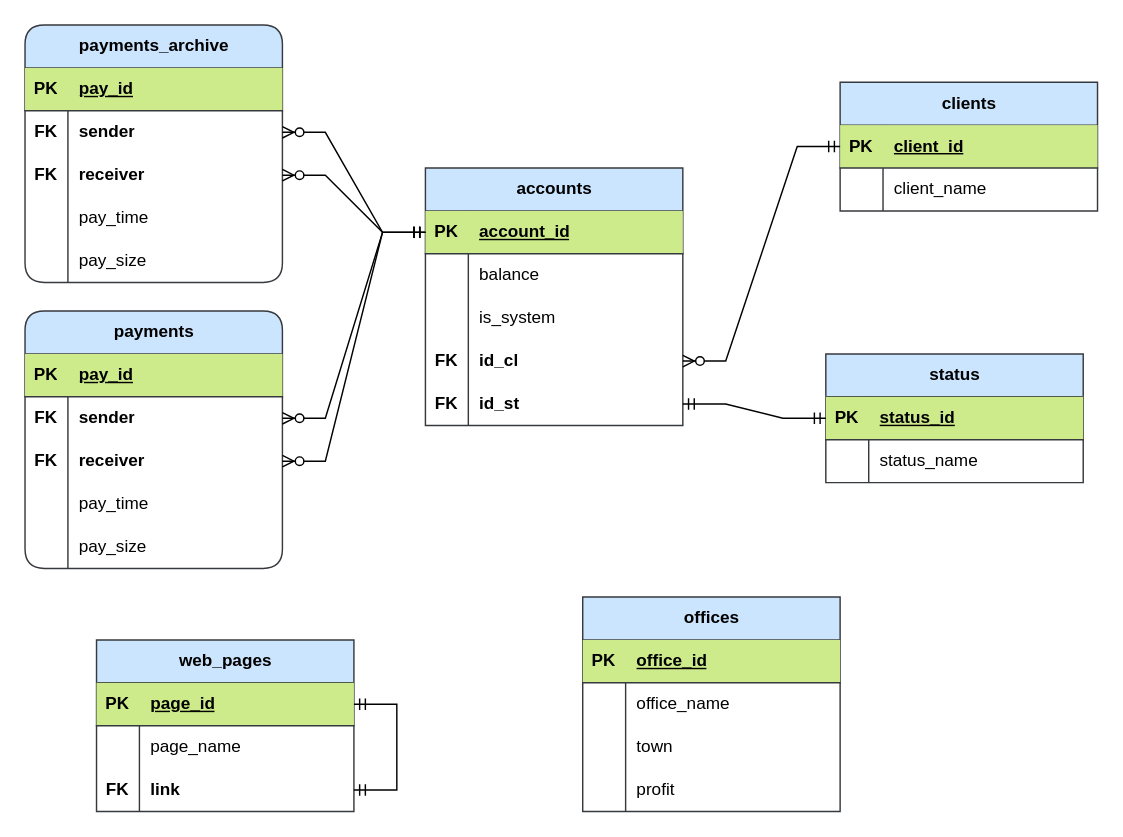
Above: diargams/lab 2-2 new.drawio in kostya1962/DataBaseLab (draw.io), before the change. Source tidied: cells renumbered, new cells numbered last; positions are measured from the earlier drawing's top-left corner, leaving out a move shared by most shapes. Both pictures are drawn from the tidied source at 143%, with x=0, y=0 at pixel (24, 24).
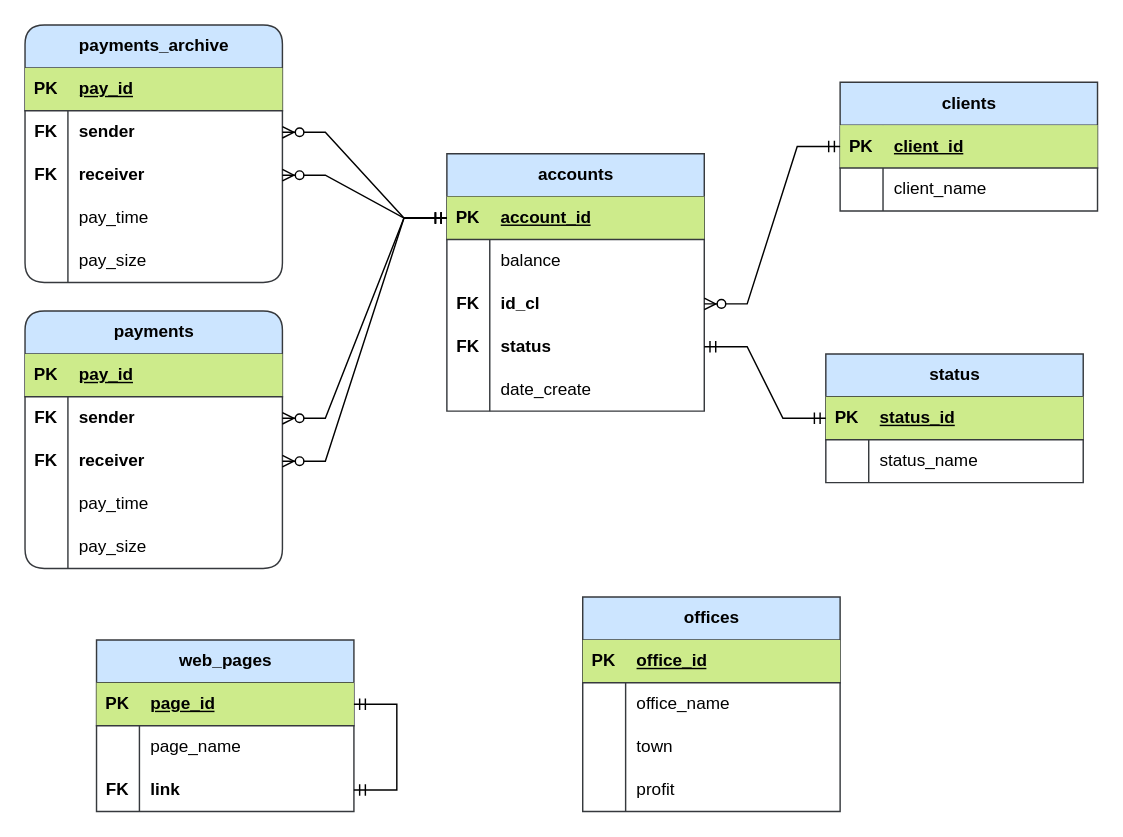
The same diagram, later.

Diff of the diagram source:
```diff
@@
     <mxCell id="16" value="accounts" style="shape=table;startSize=30;childLayout=tableLayout;rowLines=0;fontStyle=1;align=center;html=1;fillColor=#cce5ff;strokeColor=#36393d;rounded=0;" parent="1" vertex="1">
-      <mxGeometry x="280" y="100" width="180" height="180" as="geometry" />
+      <mxGeometry x="295" y="90" width="180" height="180" as="geometry" />
     </mxCell>
@@
-    <mxCell id="23" style="shape=tableRow;horizontal=0;startSize=0;swimlaneHead=0;swimlaneBody=0;fillColor=none;top=0;left=0;right=0;bottom=0;" parent="16" vertex="1">
-      <mxGeometry y="90" width="180" height="30" as="geometry" />
-    </mxCell>
-    <mxCell id="24" style="shape=partialRectangle;fillColor=none;top=0;left=0;bottom=0;right=0;overflow=hidden;whiteSpace=wrap;html=1;" parent="23" vertex="1">
-      <mxGeometry width="30" height="30" as="geometry" />
-    </mxCell>
-    <mxCell id="25" value="is_system" style="shape=partialRectangle;fillColor=none;top=0;left=0;bottom=0;right=0;align=left;spacingLeft=6;overflow=hidden;whiteSpace=wrap;html=1;" parent="23" vertex="1">
-      <mxGeometry x="30" width="150" height="30" as="geometry" />
-    </mxCell>
     <mxCell id="26" style="shape=tableRow;horizontal=0;startSize=0;swimlaneHead=0;swimlaneBody=0;fillColor=none;points=[[0,0.5],[1,0.5]];portConstraint=eastwest;top=0;left=0;right=0;bottom=0;" parent="16" vertex="1">
-      <mxGeometry y="120" width="180" height="30" as="geometry" />
+      <mxGeometry y="90" width="180" height="30" as="geometry" />
     </mxCell>
@@
     <mxCell id="29" style="shape=tableRow;horizontal=0;startSize=0;swimlaneHead=0;swimlaneBody=0;fillColor=none;points=[[0,0.5],[1,0.5]];portConstraint=eastwest;top=0;left=0;right=0;bottom=0;" parent="16" vertex="1">
-      <mxGeometry y="150" width="180" height="30" as="geometry" />
+      <mxGeometry y="120" width="180" height="30" as="geometry" />
     </mxCell>
@@
-    <mxCell id="31" value="&lt;b&gt;id_st&lt;/b&gt;" style="shape=partialRectangle;fillColor=none;top=0;left=0;bottom=0;right=0;align=left;spacingLeft=6;overflow=hidden;whiteSpace=wrap;html=1;" parent="29" vertex="1">
+    <mxCell id="31" value="&lt;b&gt;status&lt;/b&gt;" style="shape=partialRectangle;fillColor=none;top=0;left=0;bottom=0;right=0;align=left;spacingLeft=6;overflow=hidden;whiteSpace=wrap;html=1;" parent="29" vertex="1">
       <mxGeometry x="30" width="150" height="30" as="geometry" />
     </mxCell>
+    <mxCell id="94" style="shape=tableRow;horizontal=0;startSize=0;swimlaneHead=0;swimlaneBody=0;fillColor=none;top=0;left=0;right=0;bottom=0;" parent="16" vertex="1">
+      <mxGeometry y="150" width="180" height="30" as="geometry" />
+    </mxCell>
+    <mxCell id="24" style="shape=partialRectangle;fillColor=none;top=0;left=0;bottom=0;right=0;overflow=hidden;whiteSpace=wrap;html=1;" parent="94" vertex="1">
+      <mxGeometry width="30" height="30" as="geometry" />
+    </mxCell>
+    <mxCell id="95" value="date_create" style="shape=partialRectangle;fillColor=none;top=0;left=0;bottom=0;right=0;align=left;spacingLeft=6;overflow=hidden;whiteSpace=wrap;html=1;" parent="94" vertex="1">
+      <mxGeometry x="30" width="150" height="30" as="geometry" />
+    </mxCell>
```
